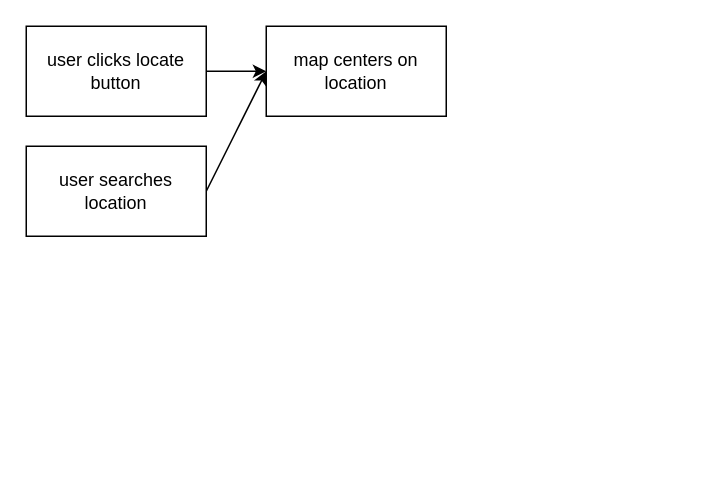
Before: cyclon/images/flowchart.drawio in Hasan-aga/practice, a draw.io diagram. Source tidied: cells renumbered, new cells numbered last; positions are measured from the earlier drawing's top-left corner, leaving out a move shared by most shapes. Both pictures are drawn from the tidied source at 150%, with x=0, y=0 at pixel (26, 26).
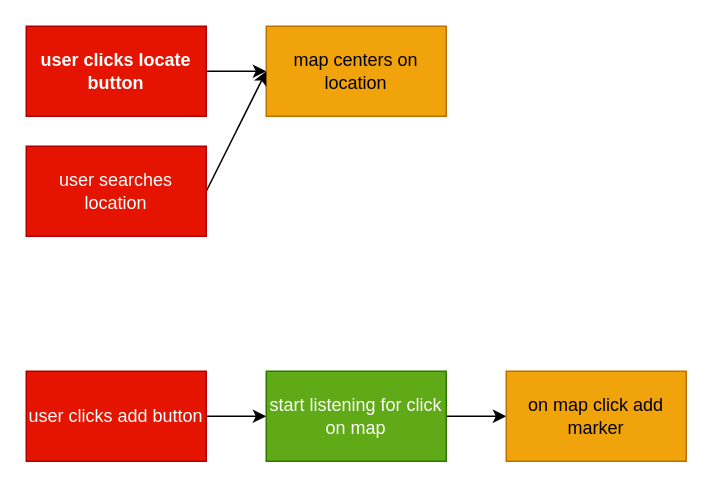
After the change.

Commit message (it also covers changes not shown here):
implement basic add marker logic

The edit, as a diff of the source:
```diff
@@
 <mxGraphModel>
   <root>
     <mxCell id="0" />
     <mxCell id="1" parent="0" />
     <mxCell id="2" style="edgeStyle=none;html=1;entryX=0;entryY=0.5;entryDx=0;entryDy=0;" parent="1" edge="1" source="3" target="4">
       <mxGeometry relative="1" as="geometry" />
     </mxCell>
-    <mxCell id="3" value="user clicks locate button" style="rounded=0;whiteSpace=wrap;html=1;" parent="1" vertex="1">
+    <mxCell id="3" value="user clicks locate button" style="rounded=0;whiteSpace=wrap;html=1;fontStyle=1;glass=0;fillColor=#e51400;fontColor=#ffffff;strokeColor=#B20000;" parent="1" vertex="1">
       <mxGeometry width="120" height="60" as="geometry" />
     </mxCell>
-    <mxCell id="4" value="map centers on location" style="rounded=0;whiteSpace=wrap;html=1;" parent="1" vertex="1">
+    <mxCell id="4" value="map centers on location" style="rounded=0;whiteSpace=wrap;html=1;fillColor=#f0a30a;fontColor=#000000;strokeColor=#BD7000;" parent="1" vertex="1">
       <mxGeometry x="160" width="120" height="60" as="geometry" />
     </mxCell>
     <mxCell id="5" style="edgeStyle=none;html=1;exitX=1;exitY=0.5;exitDx=0;exitDy=0;entryX=0;entryY=0.5;entryDx=0;entryDy=0;" parent="1" edge="1" source="6" target="4">
       <mxGeometry relative="1" as="geometry" />
     </mxCell>
-    <mxCell id="6" value="user searches location" style="rounded=0;whiteSpace=wrap;html=1;" parent="1" vertex="1">
+    <mxCell id="6" value="user searches location" style="rounded=0;whiteSpace=wrap;html=1;fillColor=#e51400;fontColor=#ffffff;strokeColor=#B20000;" parent="1" vertex="1">
       <mxGeometry y="80" width="120" height="60" as="geometry" />
     </mxCell>
+    <mxCell id="7" style="edgeStyle=none;html=1;entryX=0;entryY=0.5;entryDx=0;entryDy=0;" parent="1" edge="1" source="8" target="10">
+      <mxGeometry relative="1" as="geometry" />
+    </mxCell>
+    <mxCell id="8" value="user clicks add button" style="rounded=0;whiteSpace=wrap;html=1;fillColor=#e51400;fontColor=#ffffff;strokeColor=#B20000;" parent="1" vertex="1">
+      <mxGeometry y="230" width="120" height="60" as="geometry" />
+    </mxCell>
+    <mxCell id="9" style="edgeStyle=none;html=1;exitX=1;exitY=0.5;exitDx=0;exitDy=0;entryX=0;entryY=0.5;entryDx=0;entryDy=0;" parent="1" edge="1" source="10" target="11">
+      <mxGeometry relative="1" as="geometry" />
+    </mxCell>
+    <mxCell id="10" value="start listening for click on map" style="rounded=0;whiteSpace=wrap;html=1;fillColor=#60a917;fontColor=#ffffff;strokeColor=#2D7600;" parent="1" vertex="1">
+      <mxGeometry x="160" y="230" width="120" height="60" as="geometry" />
+    </mxCell>
+    <mxCell id="11" value="on map click add marker" style="rounded=0;whiteSpace=wrap;html=1;fillColor=#f0a30a;fontColor=#000000;strokeColor=#BD7000;" parent="1" vertex="1">
+      <mxGeometry x="320" y="230" width="120" height="60" as="geometry" />
+    </mxCell>
   </root>
 </mxGraphModel>
```
